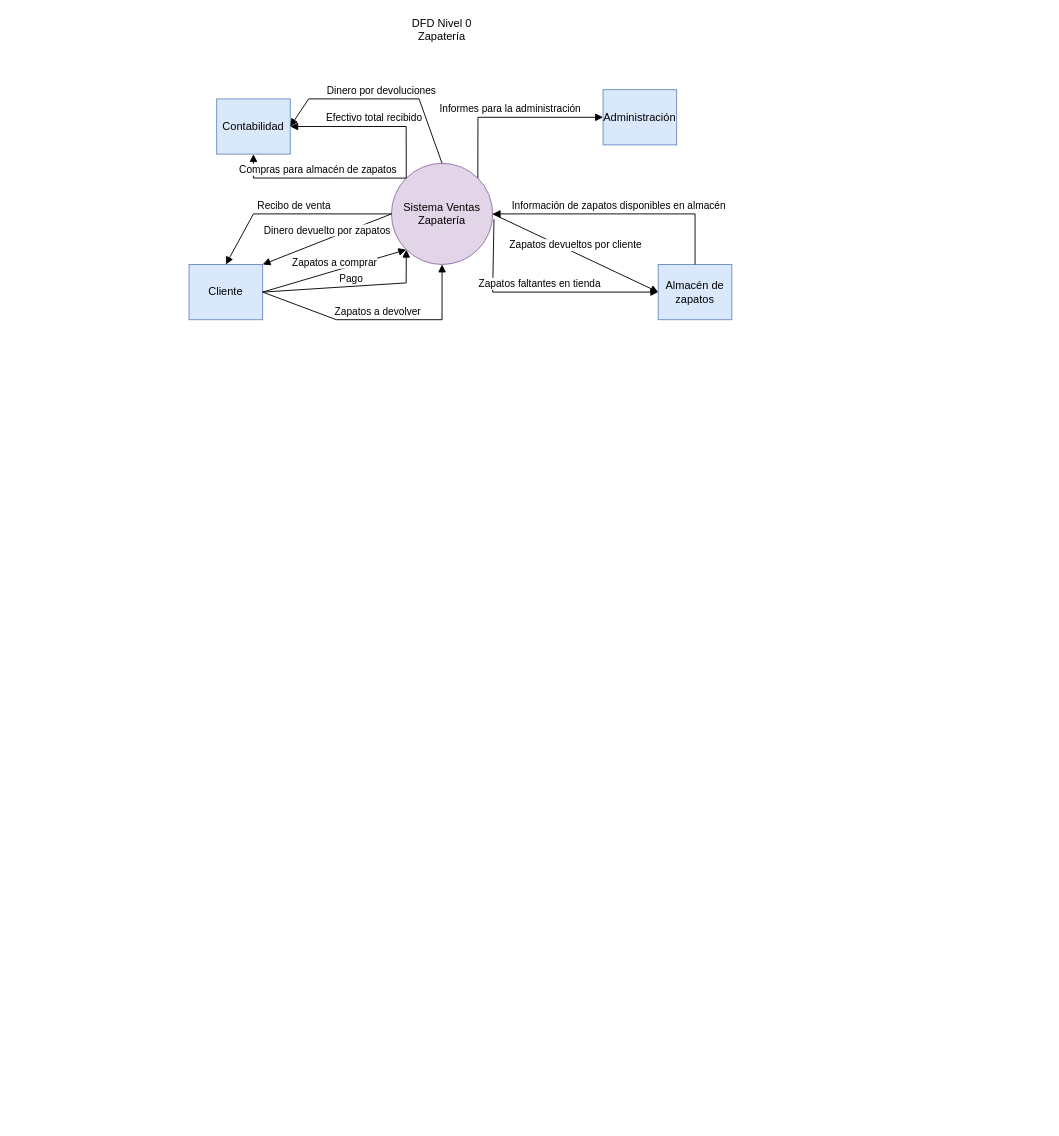
The draw.io diagram DFD Tarea 1 Ing. Software.drawio in misiomishi/itcj, before the edit. Source tidied: cells renumbered, new cells numbered last; positions are measured from the earlier drawing's top-left corner, leaving out a move shared by most shapes. Both pictures are drawn from the tidied source at 92%, with x=0, y=0 at pixel (189, 16).
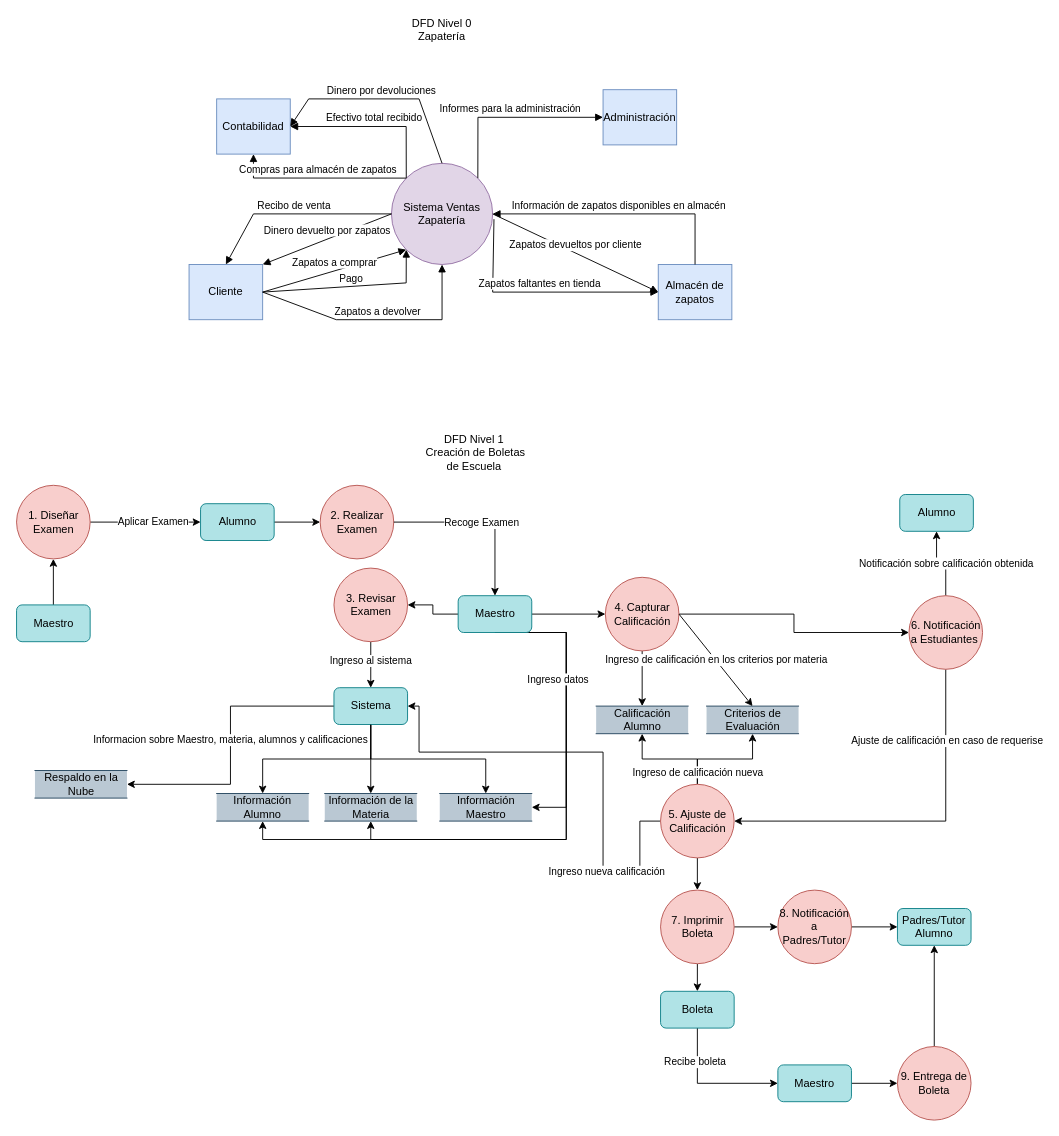
The same page after the edit.

The edit, as a diff of the source:
```diff
@@
+    <mxCell id="20" value="DFD Nivel 1&lt;div&gt;&amp;nbsp;Creación de Boletas de Escuela&lt;/div&gt;" style="text;html=1;align=center;verticalAlign=middle;whiteSpace=wrap;rounded=0;" parent="1" vertex="1">
+      <mxGeometry x="245" y="460" width="130" height="30" as="geometry" />
+    </mxCell>
+    <mxCell id="21" style="edgeStyle=orthogonalEdgeStyle;rounded=0;jettySize=auto;html=1;exitX=1;exitY=0.5;exitDx=0;exitDy=0;entryX=0;entryY=0.5;entryDx=0;entryDy=0;" parent="1" edge="1" source="23" target="48">
+      <mxGeometry relative="1" as="geometry" />
+    </mxCell>
+    <mxCell id="22" value="Aplicar Examen" style="edgeLabel;html=1;align=center;verticalAlign=middle;" parent="21" vertex="1">
+      <mxGeometry x="0.13" y="1" relative="1" as="geometry" />
+    </mxCell>
+    <mxCell id="23" value="1. Diseñar Examen" style="ellipse;whiteSpace=wrap;html=1;fillColor=#f8cecc;strokeColor=#b85450;" parent="1" vertex="1">
+      <mxGeometry x="-187.5" y="510" width="80" height="80" as="geometry" />
+    </mxCell>
+    <mxCell id="24" style="edgeStyle=orthogonalEdgeStyle;rounded=0;jettySize=auto;html=1;exitX=0;exitY=0.5;exitDx=0;exitDy=0;entryX=1;entryY=0.5;entryDx=0;entryDy=0;" parent="1" edge="1" source="71" target="28">
+      <mxGeometry relative="1" as="geometry" />
+    </mxCell>
+    <mxCell id="25" value="2. Realizar Examen" style="ellipse;whiteSpace=wrap;html=1;fillColor=#f8cecc;strokeColor=#b85450;" parent="1" vertex="1">
+      <mxGeometry x="142.5" y="510" width="80" height="80" as="geometry" />
+    </mxCell>
+    <mxCell id="26" style="edgeStyle=orthogonalEdgeStyle;rounded=0;jettySize=auto;html=1;exitX=0.5;exitY=1;exitDx=0;exitDy=0;entryX=0.5;entryY=0;entryDx=0;entryDy=0;" parent="1" edge="1" source="28" target="59">
+      <mxGeometry relative="1" as="geometry" />
+    </mxCell>
+    <mxCell id="27" value="Ingreso al sistema&amp;nbsp;" style="edgeLabel;html=1;align=center;verticalAlign=middle;" parent="26" vertex="1">
+      <mxGeometry x="-0.2" y="1" relative="1" as="geometry" />
+    </mxCell>
+    <mxCell id="28" value="3. Revisar Examen" style="ellipse;whiteSpace=wrap;html=1;fillColor=#f8cecc;strokeColor=#b85450;" parent="1" vertex="1">
+      <mxGeometry x="157.5" y="600" width="80" height="80" as="geometry" />
+    </mxCell>
+    <mxCell id="29" style="edgeStyle=orthogonalEdgeStyle;rounded=0;jettySize=auto;html=1;entryX=0.5;entryY=1;entryDx=0;entryDy=0;" parent="1" edge="1" source="35" target="63">
+      <mxGeometry relative="1" as="geometry" />
+    </mxCell>
+    <mxCell id="30" style="edgeStyle=orthogonalEdgeStyle;rounded=0;jettySize=auto;html=1;exitX=0.5;exitY=0;exitDx=0;exitDy=0;entryX=0.5;entryY=1;entryDx=0;entryDy=0;" parent="1" edge="1" source="35" target="64">
+      <mxGeometry relative="1" as="geometry" />
+    </mxCell>
+    <mxCell id="31" value="Ingreso de calificación nueva" style="edgeLabel;html=1;align=center;verticalAlign=middle;" parent="30" vertex="1">
+      <mxGeometry x="-0.76" relative="1" as="geometry" />
+    </mxCell>
+    <mxCell id="32" style="edgeStyle=orthogonalEdgeStyle;rounded=0;jettySize=auto;html=1;exitX=0.5;exitY=1;exitDx=0;exitDy=0;entryX=0.5;entryY=0;entryDx=0;entryDy=0;" parent="1" edge="1" source="35" target="41">
+      <mxGeometry relative="1" as="geometry" />
+    </mxCell>
+    <mxCell id="33" style="edgeStyle=orthogonalEdgeStyle;rounded=0;jettySize=auto;html=1;exitX=0;exitY=0.5;exitDx=0;exitDy=0;entryX=1;entryY=0.5;entryDx=0;entryDy=0;" parent="1" edge="1" source="35" target="59">
+      <mxGeometry relative="1" as="geometry">
+        <Array as="points">
+          <mxPoint x="490" y="875" />
+          <mxPoint x="490" y="930" />
+          <mxPoint x="450" y="930" />
+          <mxPoint x="450" y="800" />
+          <mxPoint x="250" y="800" />
+          <mxPoint x="250" y="750" />
+        </Array>
+      </mxGeometry>
+    </mxCell>
+    <mxCell id="34" value="Ingreso nueva calificación" style="edgeLabel;html=1;align=center;verticalAlign=middle;" parent="33" vertex="1">
+      <mxGeometry x="-0.5" y="-2" relative="1" as="geometry">
+        <mxPoint x="1" y="10" as="offset" />
+      </mxGeometry>
+    </mxCell>
+    <mxCell id="35" value="5. Ajuste de Calificación" style="ellipse;whiteSpace=wrap;html=1;fillColor=#f8cecc;strokeColor=#b85450;" parent="1" vertex="1">
+      <mxGeometry x="512.5" y="835" width="80" height="80" as="geometry" />
+    </mxCell>
+    <mxCell id="36" style="edgeStyle=orthogonalEdgeStyle;rounded=0;jettySize=auto;html=1;exitX=1;exitY=0.5;exitDx=0;exitDy=0;entryX=0;entryY=0.5;entryDx=0;entryDy=0;" parent="1" edge="1" source="38" target="46">
+      <mxGeometry relative="1" as="geometry" />
+    </mxCell>
+    <mxCell id="37" style="edgeStyle=orthogonalEdgeStyle;rounded=0;jettySize=auto;html=1;exitX=0.5;exitY=1;exitDx=0;exitDy=0;entryX=0.5;entryY=0;entryDx=0;entryDy=0;" parent="1" edge="1" source="38" target="63">
+      <mxGeometry relative="1" as="geometry" />
+    </mxCell>
+    <mxCell id="38" value="4. Capturar Calificación" style="ellipse;whiteSpace=wrap;html=1;fillColor=#f8cecc;strokeColor=#b85450;" parent="1" vertex="1">
+      <mxGeometry x="452.5" y="610" width="80" height="80" as="geometry" />
+    </mxCell>
+    <mxCell id="39" style="edgeStyle=orthogonalEdgeStyle;rounded=0;jettySize=auto;html=1;exitX=0.5;exitY=1;exitDx=0;exitDy=0;entryX=0.5;entryY=0;entryDx=0;entryDy=0;" parent="1" edge="1" source="41" target="54">
+      <mxGeometry relative="1" as="geometry" />
+    </mxCell>
+    <mxCell id="40" style="edgeStyle=orthogonalEdgeStyle;rounded=0;jettySize=auto;html=1;exitX=1;exitY=0.5;exitDx=0;exitDy=0;entryX=0;entryY=0.5;entryDx=0;entryDy=0;" parent="1" edge="1" source="41" target="77">
+      <mxGeometry relative="1" as="geometry" />
+    </mxCell>
+    <mxCell id="41" value="7. Imprimir Boleta" style="ellipse;whiteSpace=wrap;html=1;fillColor=#f8cecc;strokeColor=#b85450;" parent="1" vertex="1">
+      <mxGeometry x="512.5" y="950" width="80" height="80" as="geometry" />
+    </mxCell>
+    <mxCell id="42" style="edgeStyle=orthogonalEdgeStyle;rounded=0;jettySize=auto;html=1;exitX=0.5;exitY=0;exitDx=0;exitDy=0;" parent="1" edge="1" source="46" target="78">
+      <mxGeometry relative="1" as="geometry" />
+    </mxCell>
+    <mxCell id="43" value="Notificación sobre calificación obtenida" style="edgeLabel;html=1;align=center;verticalAlign=middle;" parent="42" vertex="1">
+      <mxGeometry x="-0.13" y="-1" relative="1" as="geometry" />
+    </mxCell>
+    <mxCell id="44" style="edgeStyle=orthogonalEdgeStyle;rounded=0;jettySize=auto;html=1;exitX=0.5;exitY=1;exitDx=0;exitDy=0;entryX=1;entryY=0.5;entryDx=0;entryDy=0;" parent="1" edge="1" source="46" target="35">
+      <mxGeometry relative="1" as="geometry" />
+    </mxCell>
+    <mxCell id="45" value="Ajuste de calificación en caso de requerise" style="edgeLabel;html=1;align=center;verticalAlign=middle;" parent="44" vertex="1">
+      <mxGeometry x="-0.61" y="1" relative="1" as="geometry" />
+    </mxCell>
+    <mxCell id="46" value="6. Notificación a Estudiantes&amp;nbsp;" style="ellipse;whiteSpace=wrap;html=1;fillColor=#f8cecc;strokeColor=#b85450;" parent="1" vertex="1">
+      <mxGeometry x="782.5" y="630" width="80" height="80" as="geometry" />
+    </mxCell>
+    <mxCell id="47" style="edgeStyle=orthogonalEdgeStyle;rounded=0;jettySize=auto;html=1;exitX=1;exitY=0.5;exitDx=0;exitDy=0;entryX=0;entryY=0.5;entryDx=0;entryDy=0;" parent="1" edge="1" source="48" target="25">
+      <mxGeometry relative="1" as="geometry" />
+    </mxCell>
+    <mxCell id="48" value="Alumno" style="rounded=1;whiteSpace=wrap;html=1;fillColor=#b0e3e6;strokeColor=#0e8088;" parent="1" vertex="1">
+      <mxGeometry x="12.5" y="530" width="80" height="40" as="geometry" />
+    </mxCell>
+    <mxCell id="49" style="edgeStyle=orthogonalEdgeStyle;rounded=0;jettySize=auto;html=1;entryX=0.5;entryY=1;entryDx=0;entryDy=0;" parent="1" edge="1" source="50" target="23">
+      <mxGeometry relative="1" as="geometry" />
+    </mxCell>
+    <mxCell id="50" value="Maestro" style="rounded=1;whiteSpace=wrap;html=1;fillColor=#b0e3e6;strokeColor=#0e8088;" parent="1" vertex="1">
+      <mxGeometry x="-187.5" y="640" width="80" height="40" as="geometry" />
+    </mxCell>
+    <mxCell id="51" value="Padres/Tutor Alumno" style="rounded=1;whiteSpace=wrap;html=1;fillColor=#b0e3e6;strokeColor=#0e8088;" parent="1" vertex="1">
+      <mxGeometry x="770" y="970" width="80" height="40" as="geometry" />
+    </mxCell>
+    <mxCell id="52" style="edgeStyle=orthogonalEdgeStyle;rounded=0;jettySize=auto;html=1;exitX=0.5;exitY=1;exitDx=0;exitDy=0;entryX=0;entryY=0.5;entryDx=0;entryDy=0;" parent="1" edge="1" source="54" target="80">
+      <mxGeometry relative="1" as="geometry" />
+    </mxCell>
+    <mxCell id="53" value="Recibe boleta" style="edgeLabel;html=1;align=center;verticalAlign=middle;" parent="52" vertex="1">
+      <mxGeometry x="-0.51" y="-3" relative="1" as="geometry" />
+    </mxCell>
+    <mxCell id="54" value="Boleta" style="rounded=1;whiteSpace=wrap;html=1;fillColor=#b0e3e6;strokeColor=#0e8088;" parent="1" vertex="1">
+      <mxGeometry x="512.5" y="1060" width="80" height="40" as="geometry" />
+    </mxCell>
+    <mxCell id="55" style="edgeStyle=orthogonalEdgeStyle;rounded=0;jettySize=auto;html=1;exitX=0;exitY=0.5;exitDx=0;exitDy=0;entryX=1;entryY=0.5;entryDx=0;entryDy=0;" parent="1" edge="1" source="59" target="65">
+      <mxGeometry relative="1" as="geometry" />
+    </mxCell>
+    <mxCell id="56" value="Informacion sobre Maestro, materia, alumnos y calificaciones" style="edgeLabel;html=1;align=center;verticalAlign=middle;" parent="55" vertex="1">
+      <mxGeometry x="-0.04" y="-1" relative="1" as="geometry" />
+    </mxCell>
+    <mxCell id="57" style="edgeStyle=orthogonalEdgeStyle;rounded=0;jettySize=auto;html=1;exitX=0.5;exitY=1;exitDx=0;exitDy=0;entryX=0.5;entryY=0;entryDx=0;entryDy=0;" parent="1" edge="1" source="59" target="60">
+      <mxGeometry relative="1" as="geometry" />
+    </mxCell>
+    <mxCell id="58" style="edgeStyle=orthogonalEdgeStyle;rounded=0;jettySize=auto;html=1;exitX=0.5;exitY=1;exitDx=0;exitDy=0;entryX=0.5;entryY=0;entryDx=0;entryDy=0;" parent="1" edge="1" source="59" target="62">
+      <mxGeometry relative="1" as="geometry" />
+    </mxCell>
+    <mxCell id="59" value="Sistema" style="rounded=1;whiteSpace=wrap;html=1;fillColor=#b0e3e6;strokeColor=#0e8088;" parent="1" vertex="1">
+      <mxGeometry x="157.5" y="730" width="80" height="40" as="geometry" />
+    </mxCell>
+    <mxCell id="60" value="Información Alumno" style="html=1;dashed=0;whiteSpace=wrap;shape=partialRectangle;right=0;left=0;fillColor=#bac8d3;strokeColor=#23445d;" parent="1" vertex="1">
+      <mxGeometry x="30" y="845" width="100" height="30" as="geometry" />
+    </mxCell>
+    <mxCell id="61" value="Información Maestro" style="html=1;dashed=0;whiteSpace=wrap;shape=partialRectangle;right=0;left=0;fillColor=#bac8d3;strokeColor=#23445d;" parent="1" vertex="1">
+      <mxGeometry x="272.5" y="845" width="100" height="30" as="geometry" />
+    </mxCell>
+    <mxCell id="62" value="Información de la Materia" style="html=1;dashed=0;whiteSpace=wrap;shape=partialRectangle;right=0;left=0;fillColor=#bac8d3;strokeColor=#23445d;" parent="1" vertex="1">
+      <mxGeometry x="147.5" y="845" width="100" height="30" as="geometry" />
+    </mxCell>
+    <mxCell id="63" value="Calificación Alumno" style="html=1;dashed=0;whiteSpace=wrap;shape=partialRectangle;right=0;left=0;fillColor=#bac8d3;strokeColor=#23445d;" parent="1" vertex="1">
+      <mxGeometry x="442.5" y="750" width="100" height="30" as="geometry" />
+    </mxCell>
+    <mxCell id="64" value="Criterios de Evaluación" style="html=1;dashed=0;whiteSpace=wrap;shape=partialRectangle;right=0;left=0;fillColor=#bac8d3;strokeColor=#23445d;" parent="1" vertex="1">
+      <mxGeometry x="562.5" y="750" width="100" height="30" as="geometry" />
+    </mxCell>
+    <mxCell id="65" value="Respaldo en la Nube" style="html=1;dashed=0;whiteSpace=wrap;shape=partialRectangle;right=0;left=0;fillColor=#bac8d3;strokeColor=#23445d;" parent="1" vertex="1">
+      <mxGeometry x="-167.5" y="820" width="100" height="30" as="geometry" />
+    </mxCell>
+    <mxCell id="66" style="edgeStyle=orthogonalEdgeStyle;rounded=0;jettySize=auto;html=1;exitX=1;exitY=0.5;exitDx=0;exitDy=0;entryX=0;entryY=0.5;entryDx=0;entryDy=0;" parent="1" edge="1" source="71" target="38">
+      <mxGeometry relative="1" as="geometry" />
+    </mxCell>
+    <mxCell id="67" style="edgeStyle=orthogonalEdgeStyle;rounded=0;jettySize=auto;html=1;exitX=0.5;exitY=1;exitDx=0;exitDy=0;entryX=1;entryY=0.5;entryDx=0;entryDy=0;" parent="1" edge="1" source="71" target="61">
+      <mxGeometry relative="1" as="geometry">
+        <Array as="points">
+          <mxPoint x="410" y="670" />
+          <mxPoint x="410" y="860" />
+        </Array>
+      </mxGeometry>
+    </mxCell>
+    <mxCell id="68" style="edgeStyle=orthogonalEdgeStyle;rounded=0;jettySize=auto;html=1;exitX=0.5;exitY=1;exitDx=0;exitDy=0;entryX=0.5;entryY=1;entryDx=0;entryDy=0;" parent="1" edge="1" source="71" target="62">
+      <mxGeometry relative="1" as="geometry">
+        <Array as="points">
+          <mxPoint x="410" y="670" />
+          <mxPoint x="410" y="895" />
+          <mxPoint x="198" y="895" />
+        </Array>
+      </mxGeometry>
+    </mxCell>
+    <mxCell id="69" style="edgeStyle=orthogonalEdgeStyle;rounded=0;jettySize=auto;html=1;exitX=0.5;exitY=1;exitDx=0;exitDy=0;entryX=0.5;entryY=1;entryDx=0;entryDy=0;" parent="1" edge="1" source="71" target="60">
+      <mxGeometry relative="1" as="geometry">
+        <Array as="points">
+          <mxPoint x="410" y="670" />
+          <mxPoint x="410" y="895" />
+          <mxPoint x="80" y="895" />
+        </Array>
+      </mxGeometry>
+    </mxCell>
+    <mxCell id="70" value="Ingreso datos" style="edgeLabel;html=1;align=center;verticalAlign=middle;" parent="69" vertex="1">
+      <mxGeometry x="-0.39" y="1" relative="1" as="geometry">
+        <mxPoint x="-11" y="-71" as="offset" />
+      </mxGeometry>
+    </mxCell>
+    <mxCell id="71" value="Maestro" style="rounded=1;whiteSpace=wrap;html=1;fillColor=#b0e3e6;strokeColor=#0e8088;" parent="1" vertex="1">
+      <mxGeometry x="292.5" y="630" width="80" height="40" as="geometry" />
+    </mxCell>
+    <mxCell id="72" style="endArrow=classic;html=1;rounded=0;exitX=1;exitY=0.5;exitDx=0;exitDy=0;entryX=0.5;entryY=0;entryDx=0;entryDy=0;" parent="1" edge="1" source="25" target="71">
+      <mxGeometry relative="1" as="geometry">
+        <Array as="points">
+          <mxPoint x="332.5" y="550" />
+        </Array>
+      </mxGeometry>
+    </mxCell>
+    <mxCell id="73" value="Recoge Examen" style="edgeLabel;html=1;align=center;verticalAlign=middle;" parent="72" vertex="1">
+      <mxGeometry relative="1" as="geometry" />
+    </mxCell>
+    <mxCell id="74" style="endArrow=classic;html=1;rounded=0;exitX=1;exitY=0.5;exitDx=0;exitDy=0;entryX=0.5;entryY=0;entryDx=0;entryDy=0;" parent="1" edge="1" source="38" target="64">
+      <mxGeometry relative="1" as="geometry" />
+    </mxCell>
+    <mxCell id="75" value="Ingreso de calificación en los criterios por materia" style="edgeLabel;html=1;align=center;verticalAlign=middle;" parent="74" vertex="1">
+      <mxGeometry relative="1" as="geometry" />
+    </mxCell>
+    <mxCell id="76" style="edgeStyle=orthogonalEdgeStyle;rounded=0;jettySize=auto;html=1;exitX=1;exitY=0.5;exitDx=0;exitDy=0;entryX=0;entryY=0.5;entryDx=0;entryDy=0;" parent="1" edge="1" source="77" target="51">
+      <mxGeometry relative="1" as="geometry" />
+    </mxCell>
+    <mxCell id="77" value="8. Notificación a Padres/Tutor" style="ellipse;whiteSpace=wrap;html=1;fillColor=#f8cecc;strokeColor=#b85450;" parent="1" vertex="1">
+      <mxGeometry x="640" y="950" width="80" height="80" as="geometry" />
+    </mxCell>
+    <mxCell id="78" value="Alumno" style="rounded=1;whiteSpace=wrap;html=1;fillColor=#b0e3e6;strokeColor=#0e8088;" parent="1" vertex="1">
+      <mxGeometry x="772.5" y="520" width="80" height="40" as="geometry" />
+    </mxCell>
+    <mxCell id="79" style="edgeStyle=orthogonalEdgeStyle;rounded=0;jettySize=auto;html=1;exitX=1;exitY=0.5;exitDx=0;exitDy=0;entryX=0;entryY=0.5;entryDx=0;entryDy=0;" parent="1" edge="1" source="80" target="82">
+      <mxGeometry relative="1" as="geometry" />
+    </mxCell>
+    <mxCell id="80" value="Maestro" style="rounded=1;whiteSpace=wrap;html=1;fillColor=#b0e3e6;strokeColor=#0e8088;" parent="1" vertex="1">
+      <mxGeometry x="640" y="1140" width="80" height="40" as="geometry" />
+    </mxCell>
+    <mxCell id="81" style="edgeStyle=orthogonalEdgeStyle;rounded=0;jettySize=auto;html=1;entryX=0.5;entryY=1;entryDx=0;entryDy=0;" parent="1" edge="1" source="82" target="51">
+      <mxGeometry relative="1" as="geometry" />
+    </mxCell>
+    <mxCell id="82" value="9. Entrega de Boleta" style="ellipse;whiteSpace=wrap;html=1;fillColor=#f8cecc;strokeColor=#b85450;" parent="1" vertex="1">
+      <mxGeometry x="770" y="1120" width="80" height="80" as="geometry" />
+    </mxCell>
+    <mxCell id="83" style="edgeStyle=orthogonalEdgeStyle;rounded=0;jettySize=auto;html=1;exitX=0.5;exitY=1;exitDx=0;exitDy=0;entryX=0.5;entryY=0;entryDx=0;entryDy=0;" parent="1" edge="1" source="59" target="61">
+      <mxGeometry relative="1" as="geometry" />
+    </mxCell>
```
